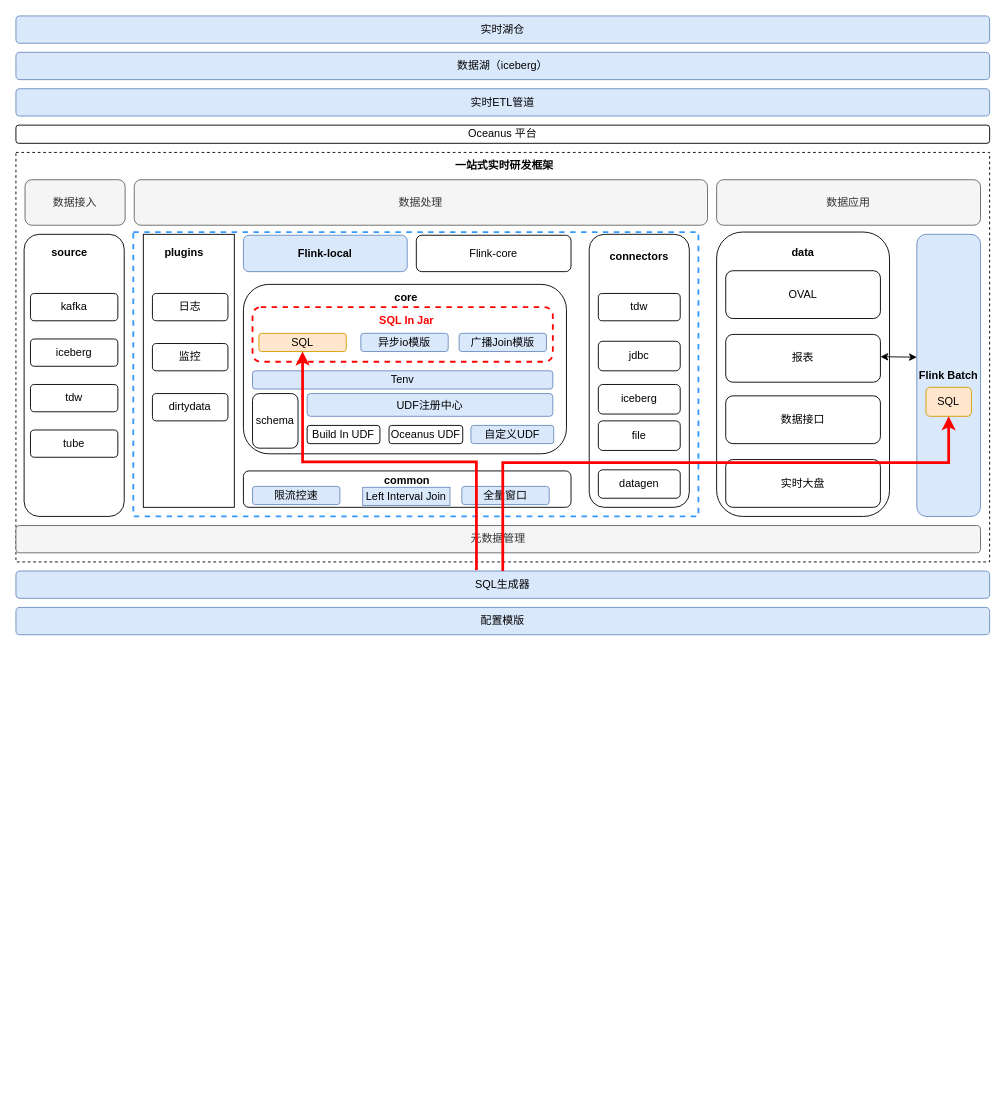
Above: page "流批一体框架" (3 of 3) of 实时dataops-实时离线校验链路升级方案.drawio in Arthur-Lanc/drawio (draw.io), before the change. Source tidied: cells renumbered, new cells numbered last; positions are measured from the earlier drawing's top-left corner, leaving out a move shared by most shapes. Both pictures are drawn from the tidied source at 91%, with x=0, y=0 at pixel (15, 15).
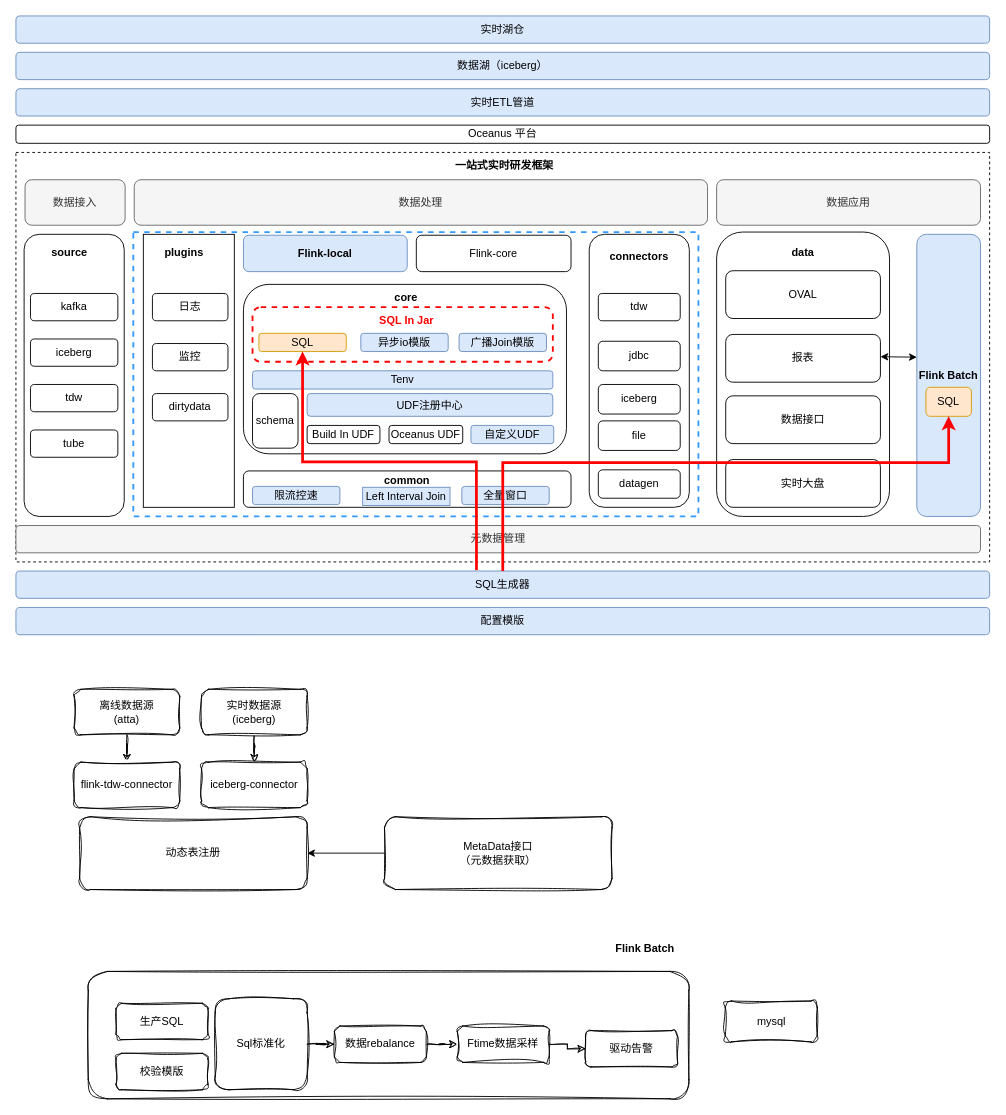
Above is the later version.

Commit message:
更新实时dataops-实时离线校验链路升级方案.drawio

Change to the diagram source:
```diff
@@
+    <mxCell id="64" style="rounded=1;whiteSpace=wrap;html=1;sketch=1;curveFitting=1;jiggle=2;shadow=0;" parent="1" vertex="1">
+      <mxGeometry x="79.5" y="1050" width="660" height="140" as="geometry" />
+    </mxCell>
@@
+    <mxCell id="65" value="生产SQL" style="rounded=1;whiteSpace=wrap;html=1;sketch=1;curveFitting=1;jiggle=2;shadow=0;" parent="1" vertex="1">
+      <mxGeometry x="110" y="1085" width="101" height="40" as="geometry" />
+    </mxCell>
+    <mxCell id="66" style="edgeStyle=orthogonalEdgeStyle;rounded=0;jettySize=auto;html=1;sketch=1;curveFitting=1;jiggle=2;shadow=0;" parent="1" edge="1" source="67" target="72">
+      <mxGeometry relative="1" as="geometry" />
+    </mxCell>
+    <mxCell id="67" value="离线数据源&lt;br&gt;(atta)" style="rounded=1;whiteSpace=wrap;html=1;sketch=1;curveFitting=1;jiggle=2;shadow=0;" parent="1" vertex="1">
+      <mxGeometry x="64" y="740" width="116" height="50" as="geometry" />
+    </mxCell>
+    <mxCell id="68" style="edgeStyle=orthogonalEdgeStyle;rounded=0;jettySize=auto;html=1;sketch=1;curveFitting=1;jiggle=2;shadow=0;" parent="1" edge="1" source="69" target="73">
+      <mxGeometry relative="1" as="geometry" />
+    </mxCell>
+    <mxCell id="69" value="实时数据源&lt;br&gt;(iceberg)" style="rounded=1;whiteSpace=wrap;html=1;sketch=1;curveFitting=1;jiggle=2;shadow=0;" parent="1" vertex="1">
+      <mxGeometry x="204" y="740" width="116" height="50" as="geometry" />
+    </mxCell>
+    <mxCell id="70" value="mysql" style="rounded=1;whiteSpace=wrap;html=1;sketch=1;curveFitting=1;jiggle=2;shadow=0;" parent="1" vertex="1">
+      <mxGeometry x="779.5" y="1082.5" width="101" height="45" as="geometry" />
+    </mxCell>
+    <mxCell id="71" value="&lt;b&gt;Flink Batch&lt;/b&gt;" style="text;html=1;strokeColor=none;fillColor=none;align=center;verticalAlign=middle;whiteSpace=wrap;rounded=0;sketch=1;curveFitting=1;jiggle=2;shadow=0;" parent="1" vertex="1">
+      <mxGeometry x="653" y="1010" width="77" height="30" as="geometry" />
+    </mxCell>
+    <mxCell id="72" value="flink-tdw-connector" style="rounded=1;whiteSpace=wrap;html=1;sketch=1;curveFitting=1;jiggle=2;shadow=0;" parent="1" vertex="1">
+      <mxGeometry x="64" y="820" width="116" height="50" as="geometry" />
+    </mxCell>
+    <mxCell id="73" value="iceberg-connector" style="rounded=1;whiteSpace=wrap;html=1;sketch=1;curveFitting=1;jiggle=2;shadow=0;" parent="1" vertex="1">
+      <mxGeometry x="204" y="820" width="116" height="50" as="geometry" />
+    </mxCell>
+    <mxCell id="74" style="edgeStyle=orthogonalEdgeStyle;rounded=0;jettySize=auto;html=1;" parent="1" edge="1" source="75" target="84">
+      <mxGeometry relative="1" as="geometry" />
+    </mxCell>
+    <mxCell id="75" value="MetaData接口&lt;br&gt;（元数据获取）" style="rounded=1;whiteSpace=wrap;html=1;sketch=1;curveFitting=1;jiggle=2;shadow=0;" parent="1" vertex="1">
+      <mxGeometry x="405" y="880" width="250" height="80" as="geometry" />
+    </mxCell>
+    <mxCell id="76" value="校验模版" style="rounded=1;whiteSpace=wrap;html=1;sketch=1;curveFitting=1;jiggle=2;shadow=0;" parent="1" vertex="1">
+      <mxGeometry x="110" y="1140" width="101" height="40" as="geometry" />
+    </mxCell>
+    <mxCell id="77" style="edgeStyle=orthogonalEdgeStyle;rounded=0;jettySize=auto;html=1;sketch=1;curveFitting=1;jiggle=2;shadow=0;" parent="1" edge="1" source="78" target="80">
+      <mxGeometry relative="1" as="geometry" />
+    </mxCell>
+    <mxCell id="78" value="数据rebalance" style="rounded=1;whiteSpace=wrap;html=1;sketch=1;curveFitting=1;jiggle=2;shadow=0;" parent="1" vertex="1">
+      <mxGeometry x="350" y="1110" width="101" height="40" as="geometry" />
+    </mxCell>
+    <mxCell id="79" style="edgeStyle=orthogonalEdgeStyle;rounded=0;jettySize=auto;html=1;sketch=1;curveFitting=1;jiggle=2;shadow=0;" parent="1" edge="1" source="80" target="81">
+      <mxGeometry relative="1" as="geometry" />
+    </mxCell>
+    <mxCell id="80" value="Ftime数据采样" style="rounded=1;whiteSpace=wrap;html=1;sketch=1;curveFitting=1;jiggle=2;shadow=0;" parent="1" vertex="1">
+      <mxGeometry x="485" y="1110" width="101" height="40" as="geometry" />
+    </mxCell>
+    <mxCell id="81" value="驱动告警" style="rounded=1;whiteSpace=wrap;html=1;sketch=1;curveFitting=1;jiggle=2;shadow=0;" parent="1" vertex="1">
+      <mxGeometry x="626" y="1115" width="101" height="40" as="geometry" />
+    </mxCell>
+    <mxCell id="82" style="edgeStyle=orthogonalEdgeStyle;rounded=0;jettySize=auto;html=1;sketch=1;curveFitting=1;jiggle=2;shadow=0;" parent="1" edge="1" source="83" target="78">
+      <mxGeometry relative="1" as="geometry" />
+    </mxCell>
+    <mxCell id="83" value="Sql标准化" style="rounded=1;whiteSpace=wrap;html=1;sketch=1;curveFitting=1;jiggle=2;shadow=0;" parent="1" vertex="1">
+      <mxGeometry x="219" y="1080" width="101" height="100" as="geometry" />
+    </mxCell>
+    <mxCell id="84" value="动态表注册" style="rounded=1;whiteSpace=wrap;html=1;sketch=1;curveFitting=1;jiggle=2;shadow=0;" parent="1" vertex="1">
+      <mxGeometry x="70" y="880" width="250" height="80" as="geometry" />
+    </mxCell>
```
